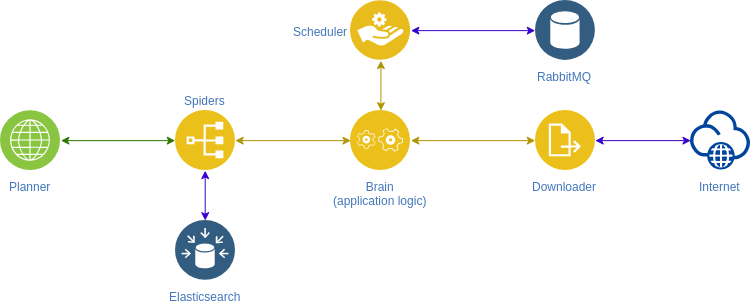
Earlier version of the draw.io export docs/architecture.png (jurelou/SNA). Source tidied: cells renumbered, new cells last; positions are measured from the earlier drawing's top-left corner, leaving out a move shared by most shapes.
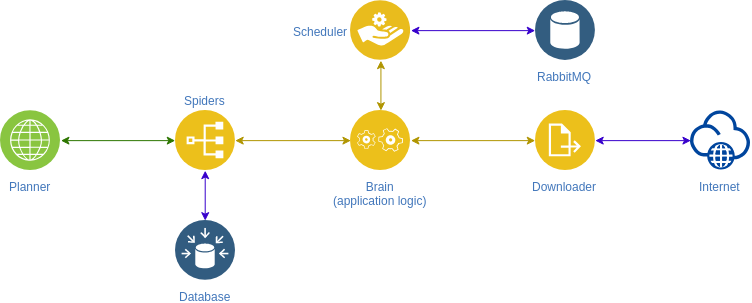
The same diagram one commit later.

Diff of the diagram source:
```diff
@@ -41,7 +41,7 @@
     <mxCell id="14" style="endArrow=classic;startArrow=classic;html=1;fillColor=#60a917;strokeColor=#2D7600;entryX=1;entryY=0.5;entryDx=0;entryDy=0;exitX=0;exitY=0.5;exitDx=0;exitDy=0;" parent="1" edge="1" source="6" target="11">
       <mxGeometry relative="1" as="geometry" />
     </mxCell>
-    <mxCell id="15" value="Elasticsearch" style="perimeter=ellipsePerimeter;html=1;align=center;shadow=0;dashed=0;fontColor=#4277BB;labelBackgroundColor=#ffffff;fontSize=12;spacingTop=3;image;image=img/lib/ibm/data/data_sources.svg;" parent="1" vertex="1">
+    <mxCell id="15" value="Database" style="perimeter=ellipsePerimeter;html=1;align=center;shadow=0;dashed=0;fontColor=#4277BB;labelBackgroundColor=#ffffff;fontSize=12;spacingTop=3;image;image=img/lib/ibm/data/data_sources.svg;" parent="1" vertex="1">
       <mxGeometry x="175" y="220" width="60" height="60" as="geometry" />
     </mxCell>
     <mxCell id="16" style="endArrow=classic;startArrow=classic;html=1;exitX=0.5;exitY=0;exitDx=0;exitDy=0;fillColor=#6a00ff;strokeColor=#3700CC;entryX=0.5;entryY=1;entryDx=0;entryDy=0;" parent="1" edge="1" source="15" target="6">
```
